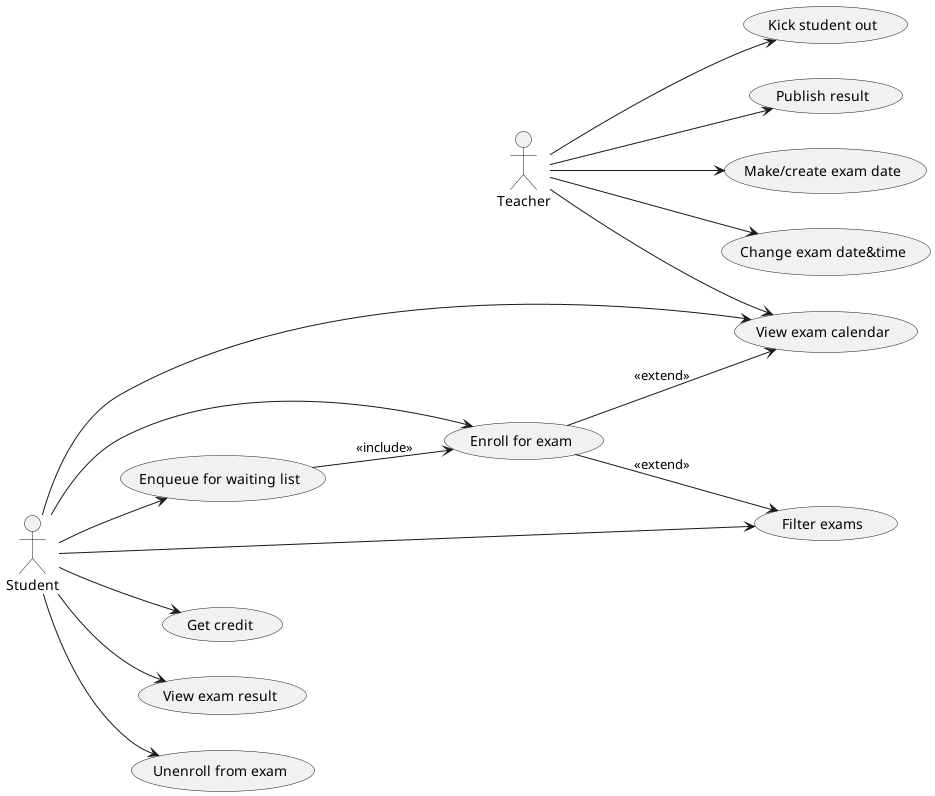
Before: uml/UseCases.png, a diagram exported from PlantUML (Fundeluk/nswi041-exams).
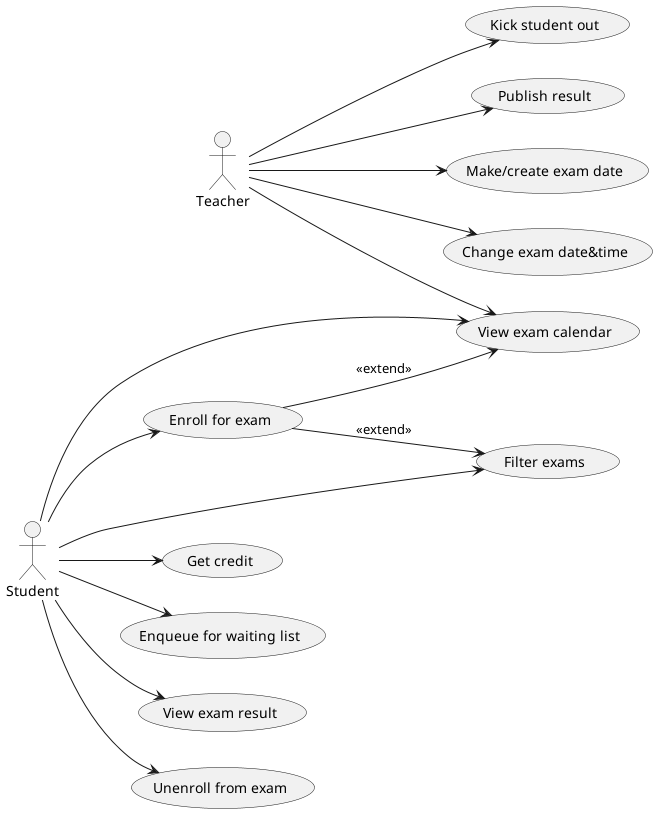
After the change.

Commit message:
fix uml diagrams

Change to the diagram source:
```diff
@@ -22,7 +22,6 @@
 s --> SO1
 s --> SI
 
-QWL1 --> SI : <<include>>
 SI --> VEC1 : <<extend>>
 SI --> FE1 : <<extend>>
 
```
